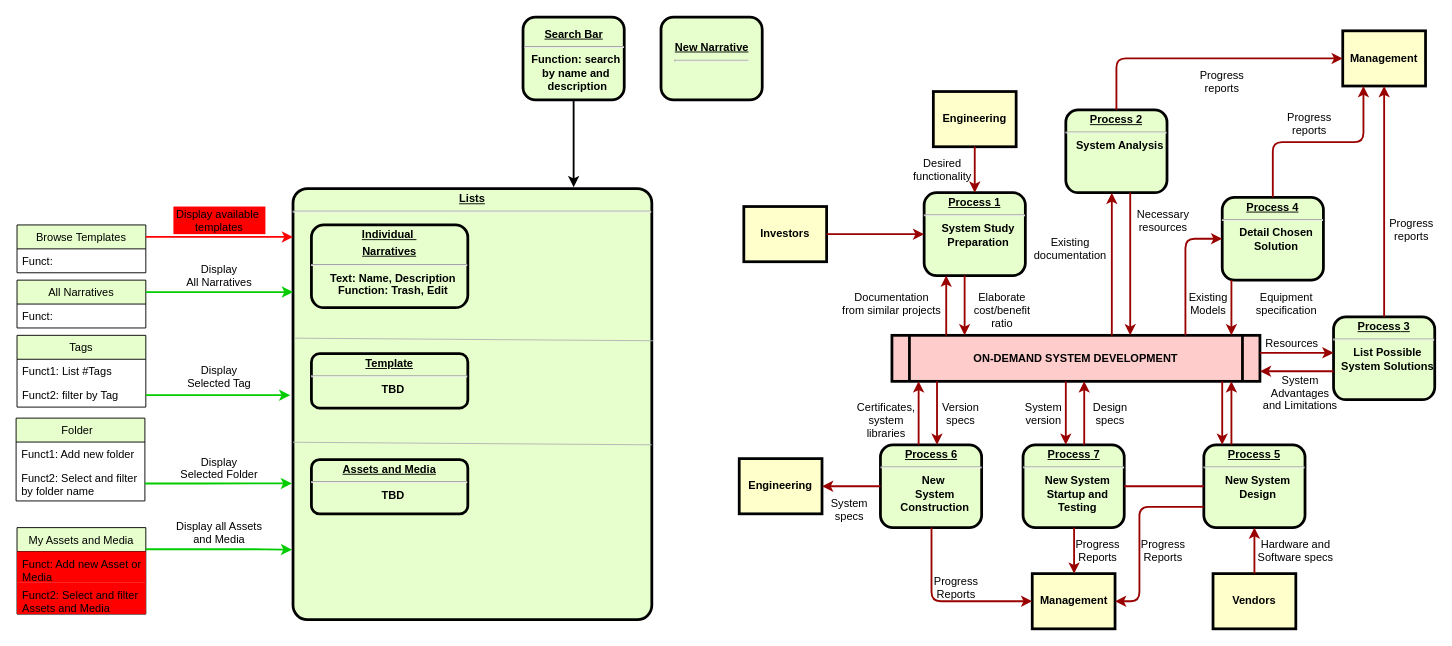
Earlier version of the draw.io diagram Springmatter Functional Diagram.drawio (mfanSM/diagramFlowchart). Source tidied: cells renumbered, new cells numbered last; positions are measured from the earlier drawing's top-left corner, leaving out a move shared by most shapes. Both pictures are drawn from the tidied source at 92%, with x=0, y=0 at pixel (16, 17).
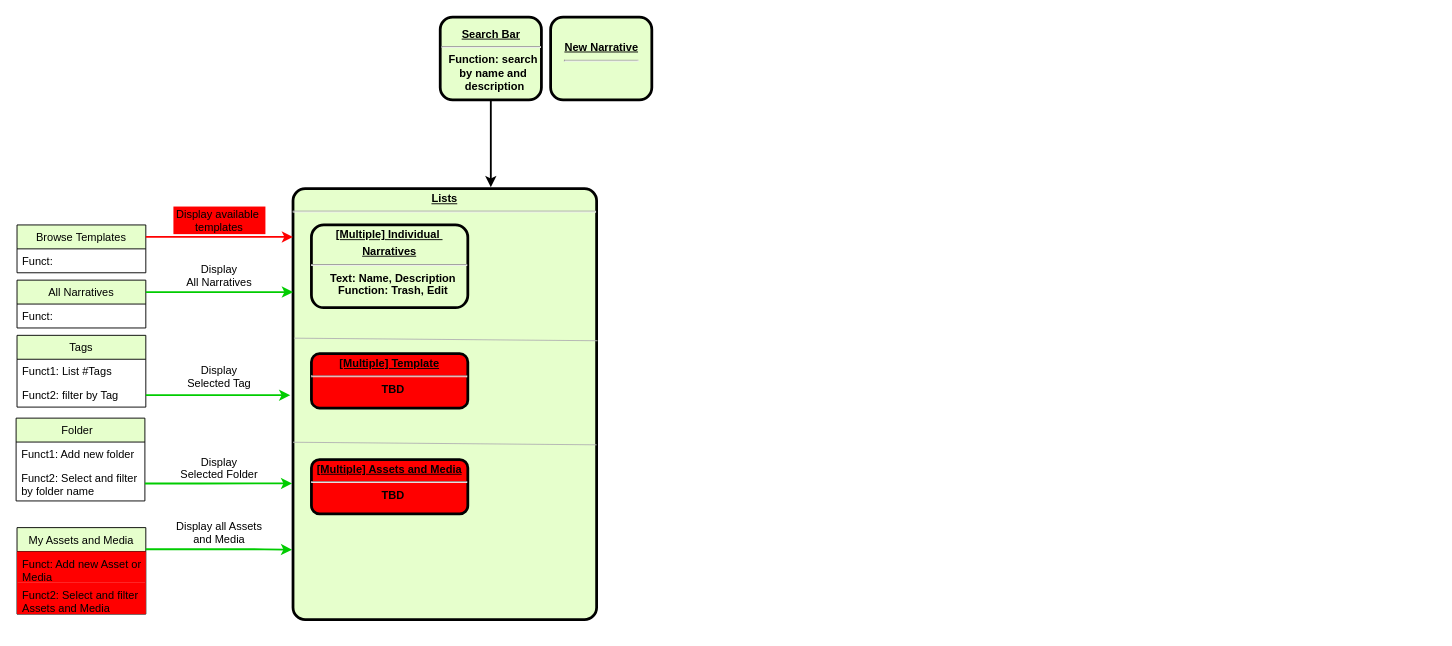
The same diagram, later.

Diff of the diagram source:
```diff
@@
-    <mxCell id="2" value="&lt;p style=&quot;margin: 0px; margin-top: 4px; text-align: center; text-decoration: underline;&quot;&gt;&lt;strong&gt;Process 1&lt;br /&gt;&lt;/strong&gt;&lt;/p&gt;&lt;hr /&gt;&lt;p style=&quot;margin: 0px; margin-left: 8px;&quot;&gt;System Study&lt;/p&gt;&lt;p style=&quot;margin: 0px; margin-left: 8px;&quot;&gt;Preparation&lt;/p&gt;" style="verticalAlign=middle;align=center;overflow=fill;fontSize=12;fontFamily=Helvetica;html=1;rounded=1;fontStyle=1;strokeWidth=3;fillColor=#E6FFCC;" parent="1" vertex="1">
-      <mxGeometry x="987" y="191" width="110" height="90" as="geometry" />
-    </mxCell>
-    <mxCell id="3" value="Engineering" style="whiteSpace=wrap;align=center;verticalAlign=middle;fontStyle=1;strokeWidth=3;fillColor=#FFFFCC;" parent="1" vertex="1">
-      <mxGeometry x="997" y="81" width="90" height="60" as="geometry" />
-    </mxCell>
-    <mxCell id="4" value="Investors" style="whiteSpace=wrap;align=center;verticalAlign=middle;fontStyle=1;strokeWidth=3;fillColor=#FFFFCC;" parent="1" vertex="1">
-      <mxGeometry x="791" y="206" width="90" height="60" as="geometry" />
-    </mxCell>
-    <mxCell id="5" value="ON-DEMAND SYSTEM DEVELOPMENT" style="shape=process;whiteSpace=wrap;align=center;verticalAlign=middle;size=0.0475;fontStyle=1;strokeWidth=3;fillColor=#FFCCCC;" parent="1" vertex="1">
-      <mxGeometry x="952" y="346" width="400" height="50" as="geometry" />
-    </mxCell>
-    <mxCell id="6" value="&lt;p style=&quot;margin: 0px; margin-top: 4px; text-align: center; text-decoration: underline;&quot;&gt;&lt;strong&gt;Process 2&lt;br /&gt;&lt;/strong&gt;&lt;/p&gt;&lt;hr /&gt;&lt;p style=&quot;margin: 0px; margin-left: 8px;&quot;&gt;System Analysis&lt;/p&gt;" style="verticalAlign=middle;align=center;overflow=fill;fontSize=12;fontFamily=Helvetica;html=1;rounded=1;fontStyle=1;strokeWidth=3;fillColor=#E6FFCC;" parent="1" vertex="1">
-      <mxGeometry x="1141" y="101" width="110" height="90" as="geometry" />
-    </mxCell>
-    <mxCell id="7" value="&lt;p style=&quot;margin: 0px; margin-top: 4px; text-align: center; text-decoration: underline;&quot;&gt;&lt;strong&gt;&lt;strong&gt;Process&lt;/strong&gt; 3&lt;br /&gt;&lt;/strong&gt;&lt;/p&gt;&lt;hr /&gt;&lt;p style=&quot;margin: 0px; margin-left: 8px;&quot;&gt;List Possible&lt;/p&gt;&lt;p style=&quot;margin: 0px; margin-left: 8px;&quot;&gt;System Solutions&lt;/p&gt;" style="verticalAlign=middle;align=center;overflow=fill;fontSize=12;fontFamily=Helvetica;html=1;rounded=1;fontStyle=1;strokeWidth=3;fillColor=#E6FFCC;" parent="1" vertex="1">
-      <mxGeometry x="1432" y="326" width="110" height="90" as="geometry" />
-    </mxCell>
-    <mxCell id="8" value="&lt;p style=&quot;margin: 0px; margin-top: 4px; text-align: center; text-decoration: underline;&quot;&gt;&lt;strong&gt;&lt;strong&gt;Process&lt;/strong&gt; 4&lt;br /&gt;&lt;/strong&gt;&lt;/p&gt;&lt;hr /&gt;&lt;p style=&quot;margin: 0px; margin-left: 8px;&quot;&gt;Detail Chosen&lt;/p&gt;&lt;p style=&quot;margin: 0px; margin-left: 8px;&quot;&gt;Solution&lt;/p&gt;" style="verticalAlign=middle;align=center;overflow=fill;fontSize=12;fontFamily=Helvetica;html=1;rounded=1;fontStyle=1;strokeWidth=3;fillColor=#E6FFCC;" parent="1" vertex="1">
-      <mxGeometry x="1311" y="196" width="110" height="90" as="geometry" />
-    </mxCell>
-    <mxCell id="9" value="&lt;p style=&quot;margin: 0px; margin-top: 4px; text-align: center; text-decoration: underline;&quot;&gt;&lt;strong&gt;&lt;strong&gt;Process&lt;/strong&gt; 5&lt;br /&gt;&lt;/strong&gt;&lt;/p&gt;&lt;hr /&gt;&lt;p style=&quot;margin: 0px; margin-left: 8px;&quot;&gt;New System&lt;/p&gt;&lt;p style=&quot;margin: 0px; margin-left: 8px;&quot;&gt;Design&lt;/p&gt;" style="verticalAlign=middle;align=center;overflow=fill;fontSize=12;fontFamily=Helvetica;html=1;rounded=1;fontStyle=1;strokeWidth=3;fillColor=#E6FFCC;" parent="1" vertex="1">
-      <mxGeometry x="1291" y="465" width="110" height="90" as="geometry" />
-    </mxCell>
-    <mxCell id="10" value="&lt;p style=&quot;margin: 0px ; margin-top: 4px ; text-align: center ; text-decoration: underline&quot;&gt;&lt;strong&gt;&lt;strong&gt;Process&lt;/strong&gt; 6&lt;br&gt;&lt;/strong&gt;&lt;/p&gt;&lt;hr&gt;&lt;p style=&quot;margin: 0px ; margin-left: 8px&quot;&gt;New&amp;nbsp;&lt;/p&gt;&lt;p style=&quot;margin: 0px ; margin-left: 8px&quot;&gt;&lt;span&gt;System&lt;/span&gt;&lt;/p&gt;&lt;p style=&quot;margin: 0px ; margin-left: 8px&quot;&gt;Construction&lt;/p&gt;" style="verticalAlign=middle;align=center;overflow=fill;fontSize=12;fontFamily=Helvetica;html=1;rounded=1;fontStyle=1;strokeWidth=3;fillColor=#E6FFCC;" parent="1" vertex="1">
-      <mxGeometry x="939.5" y="465" width="110" height="90" as="geometry" />
-    </mxCell>
-    <mxCell id="11" value="Management" style="whiteSpace=wrap;align=center;verticalAlign=middle;fontStyle=1;strokeWidth=3;fillColor=#FFFFCC;" parent="1" vertex="1">
-      <mxGeometry x="1442" y="15" width="90" height="60" as="geometry" />
-    </mxCell>
-    <mxCell id="12" value="Management" style="whiteSpace=wrap;align=center;verticalAlign=middle;fontStyle=1;strokeWidth=3;fillColor=#FFFFCC;" parent="1" vertex="1">
-      <mxGeometry x="1104.5" y="605" width="90" height="60" as="geometry" />
-    </mxCell>
-    <mxCell id="13" value="Engineering" style="whiteSpace=wrap;align=center;verticalAlign=middle;fontStyle=1;strokeWidth=3;fillColor=#FFFFCC;" parent="1" vertex="1">
-      <mxGeometry x="786" y="480" width="90" height="60" as="geometry" />
-    </mxCell>
-    <mxCell id="14" value="Vendors" style="whiteSpace=wrap;align=center;verticalAlign=middle;fontStyle=1;strokeWidth=3;fillColor=#FFFFCC;" parent="1" vertex="1">
-      <mxGeometry x="1301" y="605" width="90" height="60" as="geometry" />
-    </mxCell>
-    <mxCell id="15" style="edgeStyle=none;noEdgeStyle=1;strokeColor=#990000;strokeWidth=2;" parent="1" edge="1" source="3" target="2">
-      <mxGeometry relative="1" as="geometry" />
-    </mxCell>
-    <mxCell id="16" style="edgeStyle=none;noEdgeStyle=1;strokeColor=#990000;strokeWidth=2;" parent="1" edge="1" source="4" target="2">
-      <mxGeometry relative="1" as="geometry" />
-    </mxCell>
-    <mxCell id="17" value="&lt;p style=&quot;margin: 0px; margin-top: 4px; text-align: center; text-decoration: underline;&quot;&gt;&lt;strong&gt;&lt;strong&gt;Process&lt;/strong&gt; 7&lt;br /&gt;&lt;/strong&gt;&lt;/p&gt;&lt;hr /&gt;&lt;p style=&quot;margin: 0px; margin-left: 8px;&quot;&gt;New System&lt;/p&gt;&lt;p style=&quot;margin: 0px; margin-left: 8px;&quot;&gt;Startup and&lt;/p&gt;&lt;p style=&quot;margin: 0px; margin-left: 8px;&quot;&gt;Testing&lt;/p&gt;" style="verticalAlign=middle;align=center;overflow=fill;fontSize=12;fontFamily=Helvetica;html=1;rounded=1;fontStyle=1;strokeWidth=3;fillColor=#E6FFCC;" parent="1" vertex="1">
-      <mxGeometry x="1094.5" y="465" width="110" height="90" as="geometry" />
-    </mxCell>
-    <mxCell id="18" style="endArrow=none;noEdgeStyle=1;strokeColor=#990000;strokeWidth=2;" parent="1" edge="1" source="9" target="17">
-      <mxGeometry relative="1" as="geometry" />
-    </mxCell>
@@
-    <mxCell id="20" value="Desired &#10;functionality" style="text;spacingTop=-5;align=center;" parent="1" vertex="1">
-      <mxGeometry x="992" y="151" width="30" height="20" as="geometry" />
-    </mxCell>
-    <mxCell id="21" value="Documentation&#10;from similar projects" style="text;spacingTop=-5;align=center;" parent="1" vertex="1">
-      <mxGeometry x="937" y="296" width="30" height="20" as="geometry" />
-    </mxCell>
-    <mxCell id="22" style="edgeStyle=elbowEdgeStyle;elbow=horizontal;strokeColor=#990000;strokeWidth=2;" parent="1" edge="1" source="5" target="2">
-      <mxGeometry relative="1" as="geometry">
-        <Array as="points">
-          <mxPoint x="1011" y="325" />
-        </Array>
-      </mxGeometry>
-    </mxCell>
-    <mxCell id="23" style="edgeStyle=elbowEdgeStyle;elbow=horizontal;strokeColor=#990000;strokeWidth=2;" parent="1" edge="1" source="2" target="5">
-      <mxGeometry relative="1" as="geometry">
-        <Array as="points">
-          <mxPoint x="1031" y="315" />
-        </Array>
-      </mxGeometry>
-    </mxCell>
-    <mxCell id="24" value="Elaborate&#10;cost/benefit&#10;ratio" style="text;spacingTop=-5;align=center;" parent="1" vertex="1">
-      <mxGeometry x="1057" y="296" width="30" height="20" as="geometry" />
-    </mxCell>
-    <mxCell id="25" style="edgeStyle=elbowEdgeStyle;elbow=horizontal;strokeColor=#990000;strokeWidth=2;" parent="1" edge="1" source="5" target="6">
-      <mxGeometry relative="1" as="geometry">
-        <Array as="points">
-          <mxPoint x="1191" y="265" />
-        </Array>
-      </mxGeometry>
-    </mxCell>
-    <mxCell id="26" style="edgeStyle=elbowEdgeStyle;elbow=horizontal;strokeColor=#990000;strokeWidth=2;" parent="1" edge="1" source="6" target="5">
-      <mxGeometry relative="1" as="geometry">
-        <Array as="points">
-          <mxPoint x="1211" y="275" />
-        </Array>
-      </mxGeometry>
-    </mxCell>
-    <mxCell id="27" value="Existing&#10;documentation" style="text;spacingTop=-5;align=center;" parent="1" vertex="1">
-      <mxGeometry x="1131" y="236" width="30" height="20" as="geometry" />
-    </mxCell>
-    <mxCell id="28" value="Necessary&#10;resources" style="text;spacingTop=-5;align=center;" parent="1" vertex="1">
-      <mxGeometry x="1232" y="206" width="30" height="20" as="geometry" />
-    </mxCell>
-    <mxCell id="29" value="Progress&#10;reports" style="text;spacingTop=-5;align=center;" parent="1" vertex="1">
-      <mxGeometry x="1296" y="55" width="30" height="20" as="geometry" />
-    </mxCell>
-    <mxCell id="30" value="Progress&#10;reports" style="text;spacingTop=-5;align=center;" parent="1" vertex="1">
-      <mxGeometry x="1391" y="101" width="30" height="20" as="geometry" />
-    </mxCell>
-    <mxCell id="31" value="Progress&#10;reports" style="text;spacingTop=-5;align=center;" parent="1" vertex="1">
-      <mxGeometry x="1502" y="216" width="30" height="20" as="geometry" />
-    </mxCell>
-    <mxCell id="32" style="edgeStyle=elbowEdgeStyle;elbow=horizontal;strokeColor=#990000;strokeWidth=2;" parent="1" edge="1" source="6" target="11">
-      <mxGeometry relative="1" as="geometry">
-        <Array as="points">
-          <mxPoint x="1196" y="95" />
-        </Array>
-      </mxGeometry>
-    </mxCell>
-    <mxCell id="33" style="edgeStyle=elbowEdgeStyle;elbow=vertical;entryX=0.25;entryY=1;strokeColor=#990000;strokeWidth=2;" parent="1" edge="1" source="8" target="11">
-      <mxGeometry relative="1" as="geometry" />
-    </mxCell>
-    <mxCell id="34" style="edgeStyle=elbowEdgeStyle;elbow=horizontal;strokeColor=#990000;strokeWidth=2;" parent="1" edge="1" source="7" target="11">
-      <mxGeometry relative="1" as="geometry" />
-    </mxCell>
-    <mxCell id="35" style="edgeStyle=elbowEdgeStyle;elbow=horizontal;strokeColor=#990000;strokeWidth=2;" parent="1" edge="1" source="8" target="5">
-      <mxGeometry relative="1" as="geometry">
-        <Array as="points">
-          <mxPoint x="1321" y="315" />
-        </Array>
-      </mxGeometry>
-    </mxCell>
-    <mxCell id="36" style="edgeStyle=segmentEdgeStyle;strokeColor=#990000;strokeWidth=2;" parent="1" edge="1" source="5" target="8">
-      <mxGeometry relative="1" as="geometry">
-        <Array as="points">
-          <mxPoint x="1271" y="241" />
-        </Array>
-      </mxGeometry>
-    </mxCell>
-    <mxCell id="37" value="Existing&#10;Models" style="text;spacingTop=-5;align=center;" parent="1" vertex="1">
-      <mxGeometry x="1281" y="296" width="30" height="20" as="geometry" />
-    </mxCell>
-    <mxCell id="38" value="Equipment&#10;specification" style="text;spacingTop=-5;align=center;" parent="1" vertex="1">
-      <mxGeometry x="1366" y="296" width="30" height="20" as="geometry" />
-    </mxCell>
-    <mxCell id="39" style="edgeStyle=elbowEdgeStyle;elbow=vertical;strokeColor=#990000;strokeWidth=2;" parent="1" edge="1" source="5" target="7">
-      <mxGeometry relative="1" as="geometry">
-        <Array as="points">
-          <mxPoint x="1401" y="365" />
-        </Array>
-      </mxGeometry>
-    </mxCell>
-    <mxCell id="40" style="edgeStyle=elbowEdgeStyle;elbow=vertical;strokeColor=#990000;strokeWidth=2;" parent="1" edge="1" source="7" target="5">
-      <mxGeometry relative="1" as="geometry">
-        <Array as="points">
-          <mxPoint x="1401" y="385" />
-        </Array>
-      </mxGeometry>
-    </mxCell>
-    <mxCell id="41" value="Resources" style="text;spacingTop=-5;align=center;" parent="1" vertex="1">
-      <mxGeometry x="1372" y="346" width="30" height="20" as="geometry" />
-    </mxCell>
-    <mxCell id="42" value="System &#10;Advantages &#10;and Limitations" style="text;spacingTop=-5;align=center;" parent="1" vertex="1">
-      <mxGeometry x="1381" y="386" width="30" height="20" as="geometry" />
-    </mxCell>
-    <mxCell id="43" style="edgeStyle=elbowEdgeStyle;elbow=horizontal;strokeColor=#990000;strokeWidth=2;" parent="1" edge="1" source="9" target="5">
-      <mxGeometry relative="1" as="geometry">
-        <Array as="points">
-          <mxPoint x="1321" y="425" />
-        </Array>
-      </mxGeometry>
-    </mxCell>
-    <mxCell id="44" style="edgeStyle=elbowEdgeStyle;elbow=horizontal;strokeColor=#990000;strokeWidth=2;" parent="1" edge="1" source="5" target="9">
-      <mxGeometry relative="1" as="geometry">
-        <Array as="points">
-          <mxPoint x="1311" y="435" />
-        </Array>
-      </mxGeometry>
-    </mxCell>
-    <mxCell id="45" style="edgeStyle=elbowEdgeStyle;elbow=horizontal;strokeColor=#990000;strokeWidth=2;" parent="1" edge="1" source="14" target="9">
-      <mxGeometry relative="1" as="geometry" />
-    </mxCell>
-    <mxCell id="46" value="Hardware and&#10;Software specs" style="text;spacingTop=-5;align=center;" parent="1" vertex="1">
-      <mxGeometry x="1376" y="565" width="30" height="20" as="geometry" />
-    </mxCell>
-    <mxCell id="47" style="edgeStyle=elbowEdgeStyle;elbow=horizontal;exitX=0;exitY=0.75;strokeColor=#990000;strokeWidth=2;" parent="1" edge="1" source="9" target="12">
-      <mxGeometry relative="1" as="geometry">
-        <Array as="points">
-          <mxPoint x="1221" y="585" />
-        </Array>
-      </mxGeometry>
-    </mxCell>
-    <mxCell id="48" value="Progress&#10;Reports" style="text;spacingTop=-5;align=center;" parent="1" vertex="1">
-      <mxGeometry x="1232" y="565" width="30" height="20" as="geometry" />
-    </mxCell>
-    <mxCell id="49" style="edgeStyle=elbowEdgeStyle;elbow=horizontal;strokeColor=#990000;strokeWidth=2;" parent="1" edge="1" source="17" target="12">
-      <mxGeometry relative="1" as="geometry" />
-    </mxCell>
-    <mxCell id="50" value="Progress&#10;Reports" style="text;spacingTop=-5;align=center;" parent="1" vertex="1">
-      <mxGeometry x="1161" y="565" width="30" height="20" as="geometry" />
-    </mxCell>
-    <mxCell id="51" style="edgeStyle=elbowEdgeStyle;elbow=horizontal;strokeColor=#990000;strokeWidth=2;" parent="1" edge="1" source="10" target="12">
-      <mxGeometry relative="1" as="geometry">
-        <Array as="points">
-          <mxPoint x="995" y="585" />
-        </Array>
-      </mxGeometry>
-    </mxCell>
-    <mxCell id="52" value="Progress&#10;Reports" style="text;spacingTop=-5;align=center;" parent="1" vertex="1">
-      <mxGeometry x="1007" y="605" width="30" height="20" as="geometry" />
-    </mxCell>
-    <mxCell id="53" style="edgeStyle=elbowEdgeStyle;elbow=vertical;strokeColor=#990000;strokeWidth=2;" parent="1" edge="1" source="10" target="13">
-      <mxGeometry relative="1" as="geometry" />
-    </mxCell>
-    <mxCell id="54" style="edgeStyle=elbowEdgeStyle;elbow=horizontal;strokeColor=#990000;strokeWidth=2;" parent="1" edge="1" source="5" target="17">
-      <mxGeometry relative="1" as="geometry">
-        <Array as="points">
-          <mxPoint x="1141" y="425" />
-        </Array>
-      </mxGeometry>
-    </mxCell>
-    <mxCell id="55" style="edgeStyle=elbowEdgeStyle;elbow=horizontal;strokeColor=#990000;strokeWidth=2;" parent="1" edge="1" source="17" target="5">
-      <mxGeometry relative="1" as="geometry">
-        <Array as="points">
-          <mxPoint x="1161" y="425" />
-        </Array>
-      </mxGeometry>
-    </mxCell>
-    <mxCell id="56" value="Version&#10;specs" style="text;spacingTop=-5;align=center;" parent="1" vertex="1">
-      <mxGeometry x="1012" y="416" width="30" height="20" as="geometry" />
-    </mxCell>
-    <mxCell id="57" value="Certificates,&#10;system&#10;libraries" style="text;spacingTop=-5;align=center;" parent="1" vertex="1">
-      <mxGeometry x="931" y="416" width="30" height="20" as="geometry" />
-    </mxCell>
-    <mxCell id="58" style="edgeStyle=elbowEdgeStyle;elbow=horizontal;strokeColor=#990000;strokeWidth=2;" parent="1" edge="1" source="5" target="10">
-      <mxGeometry relative="1" as="geometry">
-        <Array as="points">
-          <mxPoint x="1001" y="425" />
-        </Array>
-      </mxGeometry>
-    </mxCell>
-    <mxCell id="59" style="edgeStyle=elbowEdgeStyle;elbow=horizontal;strokeColor=#990000;strokeWidth=2;" parent="1" edge="1" source="10" target="5">
-      <mxGeometry relative="1" as="geometry">
-        <Array as="points">
-          <mxPoint x="981" y="425" />
-        </Array>
-      </mxGeometry>
-    </mxCell>
-    <mxCell id="60" value="System&#10;specs" style="text;spacingTop=-5;align=center;" parent="1" vertex="1">
-      <mxGeometry x="891" y="520" width="30" height="20" as="geometry" />
-    </mxCell>
-    <mxCell id="61" value="Design&#10;specs" style="text;spacingTop=-5;align=center;" parent="1" vertex="1">
-      <mxGeometry x="1174.5" y="416" width="30" height="20" as="geometry" />
-    </mxCell>
-    <mxCell id="62" value="System&#10;version" style="text;spacingTop=-5;align=center;" parent="1" vertex="1">
-      <mxGeometry x="1102" y="416" width="30" height="20" as="geometry" />
-    </mxCell>
     <mxCell id="63" value="&lt;p style=&quot;margin: 0px ; margin-top: 4px ; text-align: center ; text-decoration: underline&quot;&gt;&lt;strong&gt;Lists&lt;br&gt;&lt;/strong&gt;&lt;/p&gt;&lt;hr&gt;&lt;p style=&quot;margin: 0px ; margin-left: 8px&quot;&gt;&lt;br&gt;&lt;/p&gt;" style="verticalAlign=middle;align=center;overflow=fill;fontSize=12;fontFamily=Helvetica;html=1;rounded=1;fontStyle=1;strokeWidth=3;fillColor=#E6FFCC;arcSize=4;" parent="1" vertex="1">
-      <mxGeometry x="301" y="186.5" width="390" height="468.5" as="geometry" />
+      <mxGeometry x="301" y="186.5" width="330" height="468.5" as="geometry" />
     </mxCell>
-    <mxCell id="64" value="&lt;p style=&quot;margin: 0px ; margin-top: 4px ; text-align: center ; text-decoration: underline&quot;&gt;Individual&amp;nbsp;&lt;/p&gt;&lt;p style=&quot;margin: 0px ; margin-top: 4px ; text-align: center ; text-decoration: underline&quot;&gt;Narratives&lt;/p&gt;&lt;hr&gt;&lt;p style=&quot;margin: 0px ; margin-left: 8px&quot;&gt;Text: Name, Description&lt;/p&gt;&lt;p style=&quot;margin: 0px ; margin-left: 8px&quot;&gt;Function: Trash, Edit&lt;/p&gt;" style="verticalAlign=middle;align=center;overflow=fill;fontSize=12;fontFamily=Helvetica;html=1;rounded=1;fontStyle=1;strokeWidth=3;fillColor=#E6FFCC;" parent="1" vertex="1">
+    <mxCell id="64" value="&lt;p style=&quot;margin: 0px ; margin-top: 4px ; text-align: center ; text-decoration: underline&quot;&gt;[Multiple] Individual&amp;nbsp;&lt;/p&gt;&lt;p style=&quot;margin: 0px ; margin-top: 4px ; text-align: center ; text-decoration: underline&quot;&gt;Narratives&lt;/p&gt;&lt;hr&gt;&lt;p style=&quot;margin: 0px ; margin-left: 8px&quot;&gt;Text: Name, Description&lt;/p&gt;&lt;p style=&quot;margin: 0px ; margin-left: 8px&quot;&gt;Function: Trash, Edit&lt;/p&gt;" style="verticalAlign=middle;align=center;overflow=fill;fontSize=12;fontFamily=Helvetica;html=1;rounded=1;fontStyle=1;strokeWidth=3;fillColor=#E6FFCC;" parent="1" vertex="1">
       <mxGeometry x="321" y="226" width="170" height="90" as="geometry" />
     </mxCell>
     <mxCell id="65" value="&lt;p style=&quot;margin: 0px ; margin-top: 4px ; text-align: center ; text-decoration: underline&quot;&gt;&lt;strong&gt;Search Bar&lt;br&gt;&lt;/strong&gt;&lt;/p&gt;&lt;hr&gt;&lt;p style=&quot;margin: 0px ; margin-left: 8px&quot;&gt;Function: search&amp;nbsp;&lt;/p&gt;&lt;p style=&quot;margin: 0px ; margin-left: 8px&quot;&gt;by&amp;nbsp;&lt;span&gt;name and&amp;nbsp;&lt;/span&gt;&lt;/p&gt;&lt;p style=&quot;margin: 0px ; margin-left: 8px&quot;&gt;&lt;span&gt;description&lt;/span&gt;&lt;/p&gt;" style="verticalAlign=middle;align=center;overflow=auto;fontSize=12;fontFamily=Helvetica;html=1;rounded=1;fontStyle=1;strokeWidth=3;fillColor=#E6FFCC;" parent="1" vertex="1">
-      <mxGeometry x="551" width="110" height="90" as="geometry" />
+      <mxGeometry x="461" width="110" height="90" as="geometry" />
     </mxCell>
     <mxCell id="66" value="&lt;p style=&quot;margin: 0px ; margin-top: 4px ; text-align: center ; text-decoration: underline&quot;&gt;&lt;strong&gt;New Narrative&lt;br&gt;&lt;/strong&gt;&lt;/p&gt;&lt;hr&gt;&lt;p style=&quot;margin: 0px ; margin-left: 8px&quot;&gt;&lt;br&gt;&lt;/p&gt;" style="verticalAlign=middle;align=center;overflow=auto;fontSize=12;fontFamily=Helvetica;html=1;rounded=1;fontStyle=1;strokeWidth=3;fillColor=#E6FFCC;" parent="1" vertex="1">
-      <mxGeometry x="701" width="110" height="90" as="geometry" />
+      <mxGeometry x="581" width="110" height="90" as="geometry" />
     </mxCell>
     <mxCell id="67" style="edgeStyle=elbowEdgeStyle;elbow=horizontal;strokeColor=#000000;strokeWidth=2;exitX=0.5;exitY=1;exitDx=0;exitDy=0;" parent="1" edge="1" source="65">
       <mxGeometry relative="1" as="geometry">
-        <mxPoint x="606" y="185" as="targetPoint" />
+        <mxPoint x="516" y="185" as="targetPoint" />
         <Array as="points">
-          <mxPoint x="606" y="125" />
+          <mxPoint x="516" y="125" />
         </Array>
       </mxGeometry>
     </mxCell>
@@
-    <mxCell id="91" value="&lt;p style=&quot;margin: 0px ; margin-top: 4px ; text-align: center ; text-decoration: underline&quot;&gt;Template&lt;/p&gt;&lt;hr&gt;&lt;p style=&quot;margin: 0px ; margin-left: 8px&quot;&gt;TBD&lt;/p&gt;" style="verticalAlign=middle;align=center;overflow=fill;fontSize=12;fontFamily=Helvetica;html=1;rounded=1;fontStyle=1;strokeWidth=3;fillColor=#E6FFCC;" parent="1" vertex="1">
+    <mxCell id="91" value="&lt;p style=&quot;margin: 0px ; margin-top: 4px ; text-align: center ; text-decoration: underline&quot;&gt;[Multiple] Template&lt;/p&gt;&lt;hr&gt;&lt;p style=&quot;margin: 0px ; margin-left: 8px&quot;&gt;TBD&lt;/p&gt;" style="verticalAlign=middle;align=center;overflow=fill;fontSize=12;fontFamily=Helvetica;html=1;rounded=1;fontStyle=1;strokeWidth=3;fillColor=#FF0000;" parent="1" vertex="1">
       <mxGeometry x="321" y="366" width="170" height="59" as="geometry" />
     </mxCell>
-    <mxCell id="92" value="&lt;p style=&quot;margin: 0px ; margin-top: 4px ; text-align: center ; text-decoration: underline&quot;&gt;Assets and Media&lt;/p&gt;&lt;hr&gt;&lt;p style=&quot;margin: 0px ; margin-left: 8px&quot;&gt;TBD&lt;/p&gt;" style="verticalAlign=middle;align=center;overflow=fill;fontSize=12;fontFamily=Helvetica;html=1;rounded=1;fontStyle=1;strokeWidth=3;fillColor=#E6FFCC;" parent="1" vertex="1">
+    <mxCell id="92" value="&lt;p style=&quot;margin: 0px ; margin-top: 4px ; text-align: center ; text-decoration: underline&quot;&gt;[Multiple] Assets and Media&lt;/p&gt;&lt;hr&gt;&lt;p style=&quot;margin: 0px ; margin-left: 8px&quot;&gt;TBD&lt;/p&gt;" style="verticalAlign=middle;align=center;overflow=fill;fontSize=12;fontFamily=Helvetica;html=1;rounded=1;fontStyle=1;strokeWidth=3;fillColor=#FF0000;" parent="1" vertex="1">
       <mxGeometry x="321" y="481" width="170" height="59" as="geometry" />
     </mxCell>
-    <mxCell id="93" style="endArrow=none;html=1;strokeColor=#B3B3B3;exitX=0.003;exitY=0.347;exitDx=0;exitDy=0;exitPerimeter=0;entryX=1.003;entryY=0.353;entryDx=0;entryDy=0;entryPerimeter=0;" parent="1" edge="1">
+    <mxCell id="93" style="endArrow=none;html=1;strokeColor=#B3B3B3;exitX=0.003;exitY=0.347;exitDx=0;exitDy=0;exitPerimeter=0;" parent="1" edge="1">
       <mxGeometry relative="1" as="geometry">
         <mxPoint x="301" y="462.2" as="sourcePoint" />
-        <mxPoint x="691" y="465" as="targetPoint" />
+        <mxPoint x="631" y="465" as="targetPoint" />
       </mxGeometry>
     </mxCell>
```
